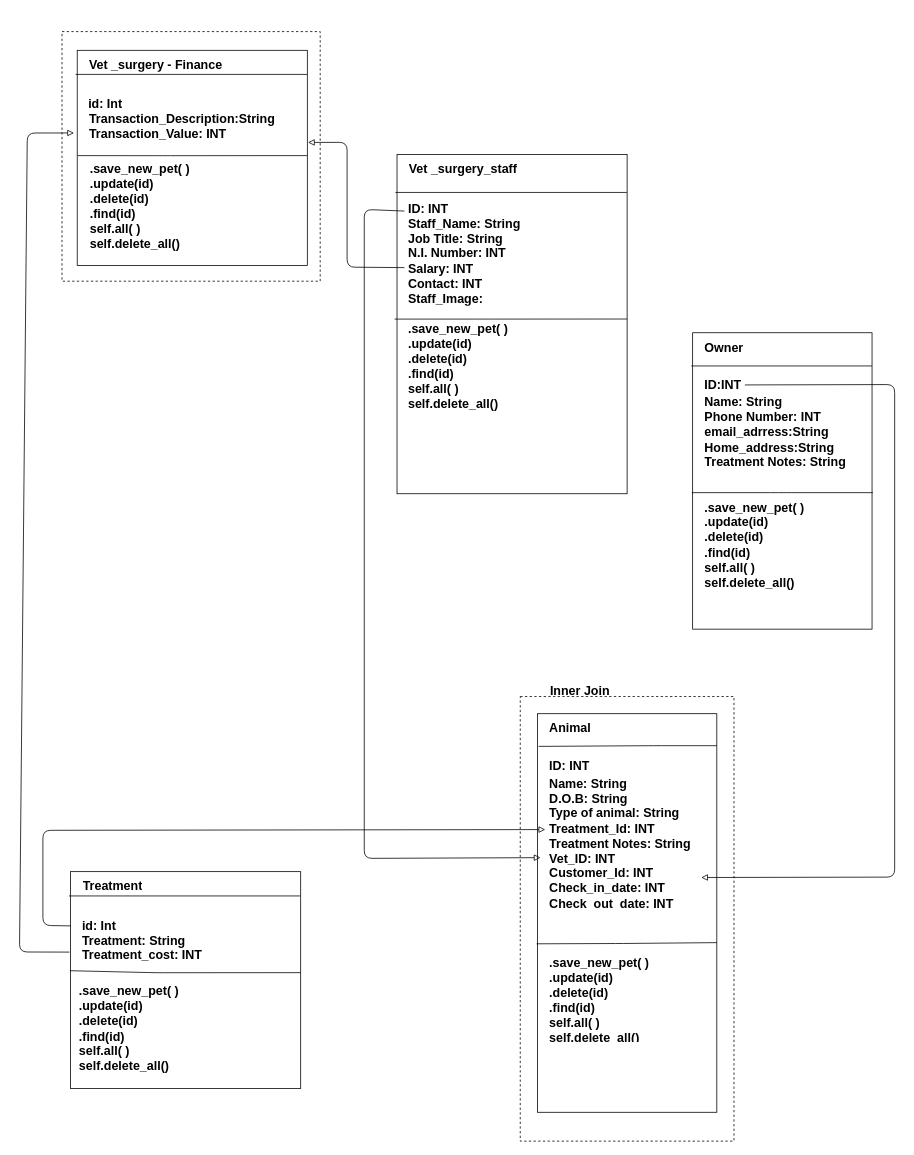
brad90/Week4_Project_Vet_Surgery keeps this draw.io diagram as classdiagram.drawio. Above is the earlier version. Source tidied: cells renumbered, new cells numbered last; positions are measured from the earlier drawing's top-left corner, leaving out a move shared by most shapes. Both pictures are drawn from the tidied source at 78%, with x=0, y=0 at pixel (20, 31).
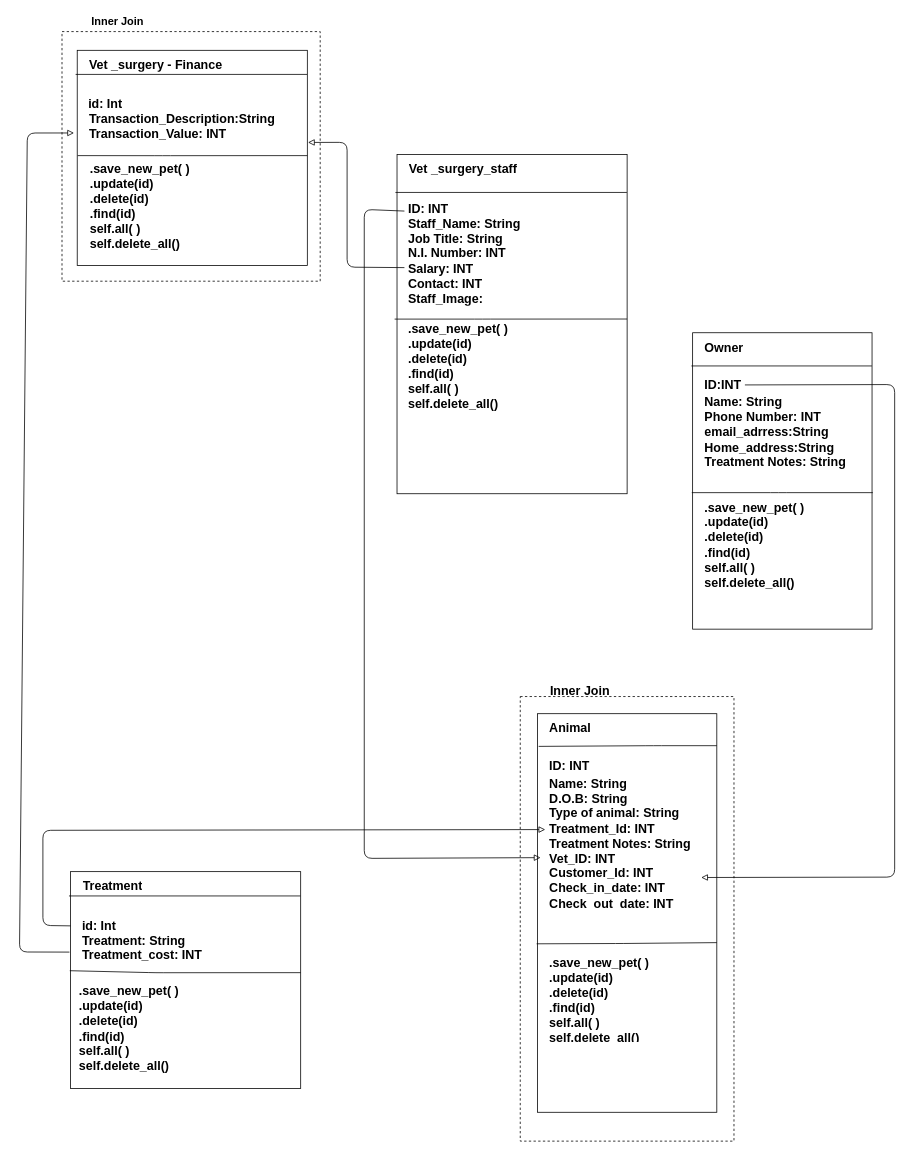
Above is the later version.

Change to the diagram source:
```diff
@@
+    <mxCell id="45" value="&lt;span style=&quot;font-size: 14px;&quot;&gt;Inner Join&lt;/span&gt;" style="text;html=1;strokeColor=none;fillColor=none;align=center;verticalAlign=middle;whiteSpace=wrap;rounded=0;fontSize=14;fontStyle=1;" parent="1" vertex="1">
+      <mxGeometry x="56" y="-23" width="139" height="20" as="geometry" />
+    </mxCell>
```
